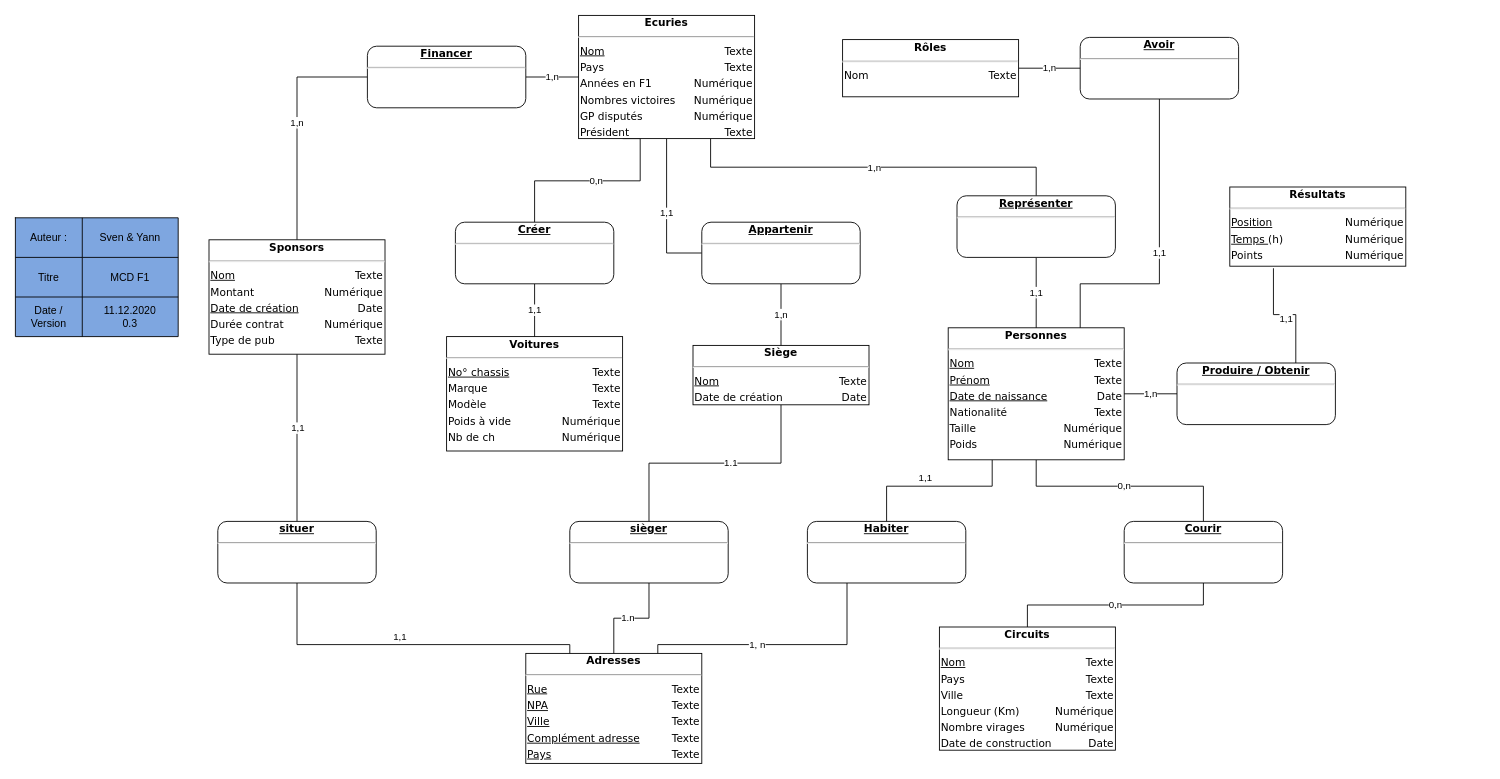
Before: MCD/MCDF1_v0.3.drawio in YFanha/MA-08-Mod-le-F1, a draw.io diagram. Source tidied: cells renumbered, new cells numbered last; positions are measured from the earlier drawing's top-left corner, leaving out a move shared by most shapes. Both pictures are drawn from the tidied source at 88%, with x=0, y=0 at pixel (15, 15).
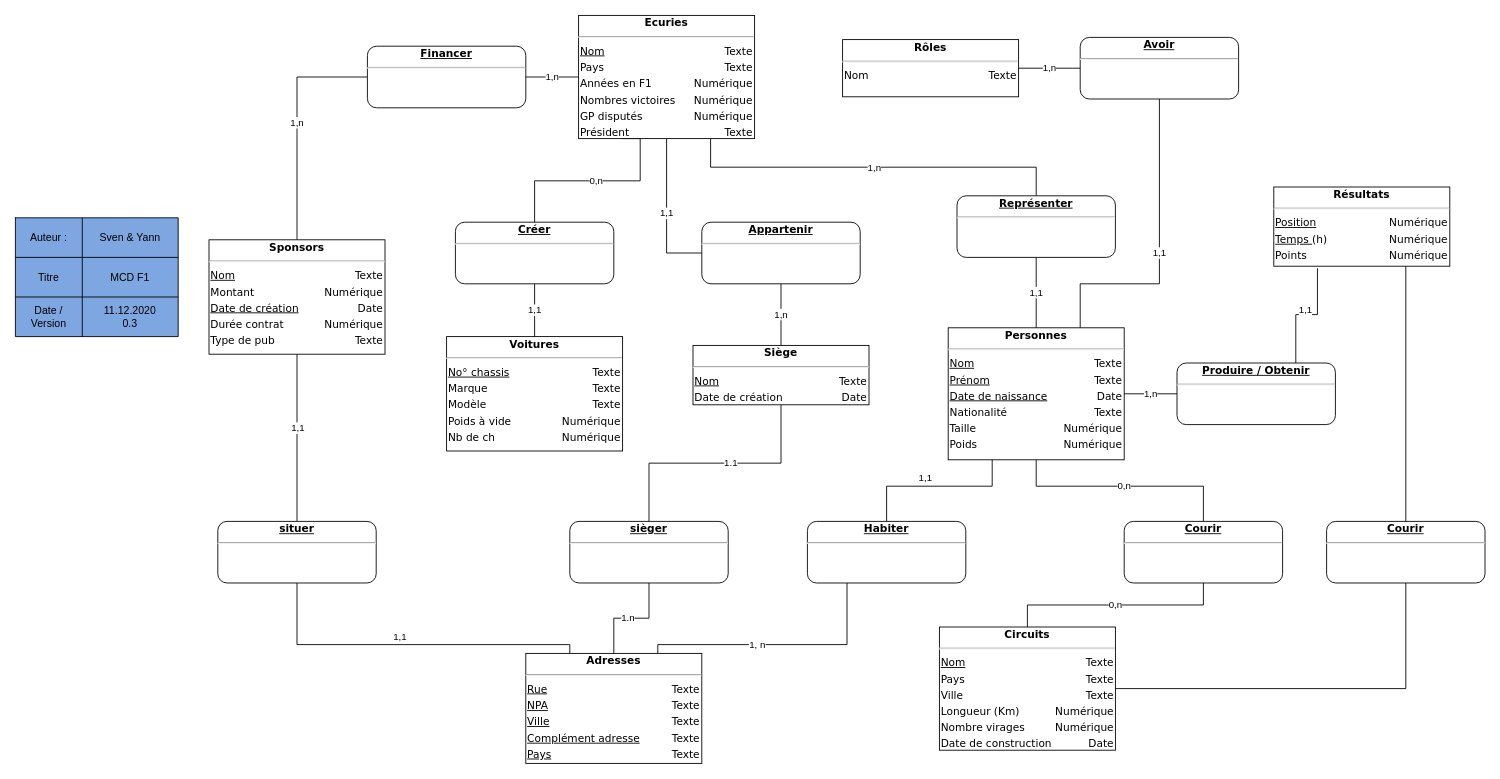
The same diagram, later.

The change refers to these unchanged cells:
```xml
<mxCell id="19" value="&lt;div style=&quot;box-sizing: border-box ; width: 100% ; padding: 2px&quot;&gt;&lt;span style=&quot;background-color: rgb(255 , 255 , 255)&quot;&gt;&lt;b&gt;Circuits&lt;/b&gt;&lt;/span&gt;&lt;/div&gt;&lt;hr&gt;&lt;table style=&quot;width: 100% ; font-size: 1em&quot; cellpadding=&quot;2&quot; cellspacing=&quot;0&quot;&gt;&lt;tbody&gt;&lt;tr&gt;&lt;td style=&quot;text-align: left&quot;&gt;&lt;u&gt;Nom&lt;/u&gt;&lt;/td&gt;&lt;td style=&quot;text-align: right&quot;&gt;Texte&lt;/td&gt;&lt;/tr&gt;&lt;tr&gt;&lt;td style=&quot;text-align: left&quot;&gt;Pays&lt;br&gt;&lt;/td&gt;&lt;td style=&quot;text-align: right&quot;&gt;Texte&lt;/td&gt;&lt;/tr&gt;&lt;tr&gt;&lt;td style=&quot;text-align: left&quot;&gt;Ville&lt;/td&gt;&lt;td style=&quot;text-align: right&quot;&gt;Texte&lt;/td&gt;&lt;/tr&gt;&lt;tr&gt;&lt;td style=&quot;text-align: left&quot;&gt;Longueur (Km)&lt;/td&gt;&lt;td style=&quot;text-align: right&quot;&gt;Numérique&lt;/td&gt;&lt;/tr&gt;&lt;tr&gt;&lt;td style=&quot;text-align: left&quot;&gt;Nombre virages&lt;/td&gt;&lt;td style=&quot;text-align: right&quot;&gt;Numérique&lt;/td&gt;&lt;/tr&gt;&lt;tr&gt;&lt;td style=&quot;text-align: left&quot;&gt;Date de construction&lt;/td&gt;&lt;td style=&quot;text-align: right&quot;&gt;Date&lt;/td&gt;&lt;/tr&gt;&lt;/tbody&gt;&lt;/table&gt;" style="verticalAlign=top;align=center;overflow=fill;html=1;rounded=0;shadow=0;comic=0;labelBackgroundColor=none;strokeColor=#000000;strokeWidth=1;fillColor=#ffffff;fontFamily=Verdana;fontSize=12;fontColor=#000000;" parent="1" vertex="1">
  <mxGeometry x="1050" y="695" width="200" height="140" as="geometry" />
</mxCell>
```

The edit, as a diff of the source:
```diff
@@
+    <mxCell id="57" style="edgeStyle=orthogonalEdgeStyle;rounded=0;jettySize=auto;html=1;exitX=0.75;exitY=1;exitDx=0;exitDy=0;entryX=0.5;entryY=0;entryDx=0;entryDy=0;endArrow=none;endFill=0;" parent="1" edge="1" source="18" target="59">
+      <mxGeometry relative="1" as="geometry">
+        <Array as="points">
+          <mxPoint x="1580" y="285" />
+        </Array>
+      </mxGeometry>
+    </mxCell>
     <mxCell id="18" value="&lt;div style=&quot;box-sizing: border-box ; width: 100% ; padding: 2px&quot;&gt;&lt;span style=&quot;background-color: rgb(255 , 255 , 255)&quot;&gt;&lt;b&gt;Résultats&lt;/b&gt;&lt;/span&gt;&lt;/div&gt;&lt;hr&gt;&lt;table style=&quot;width: 100% ; font-size: 1em&quot; cellpadding=&quot;2&quot; cellspacing=&quot;0&quot;&gt;&lt;tbody&gt;&lt;tr&gt;&lt;td style=&quot;text-align: left&quot;&gt;&lt;u&gt;Position&lt;/u&gt;&lt;/td&gt;&lt;td style=&quot;text-align: right&quot;&gt;Numérique&lt;br&gt;&lt;/td&gt;&lt;/tr&gt;&lt;tr&gt;&lt;td style=&quot;text-align: left&quot;&gt;&lt;u&gt;Temps &lt;/u&gt;(h)&lt;br&gt;&lt;/td&gt;&lt;td style=&quot;text-align: right&quot;&gt;Numérique&lt;/td&gt;&lt;/tr&gt;&lt;tr&gt;&lt;td style=&quot;text-align: left&quot;&gt;Points&lt;/td&gt;&lt;td style=&quot;text-align: right&quot;&gt;Numérique&lt;/td&gt;&lt;/tr&gt;&lt;/tbody&gt;&lt;/table&gt;" style="verticalAlign=top;align=center;overflow=fill;html=1;rounded=0;shadow=0;comic=0;labelBackgroundColor=none;strokeColor=#000000;strokeWidth=1;fillColor=#ffffff;fontFamily=Verdana;fontSize=12;fontColor=#000000;" parent="1" vertex="1">
-      <mxGeometry x="1380" y="195" width="200" height="90" as="geometry" />
+      <mxGeometry x="1430" y="195" width="200" height="90" as="geometry" />
     </mxCell>
@@
+    <mxCell id="58" style="edgeStyle=orthogonalEdgeStyle;rounded=0;jettySize=auto;html=1;exitX=0.5;exitY=1;exitDx=0;exitDy=0;entryX=1;entryY=0.5;entryDx=0;entryDy=0;endArrow=none;endFill=0;" parent="1" edge="1" source="59" target="19">
+      <mxGeometry relative="1" as="geometry" />
+    </mxCell>
+    <mxCell id="59" value="&lt;div style=&quot;box-sizing: border-box ; width: 100% ; padding: 2px&quot;&gt;&lt;span style=&quot;background-color: rgb(255 , 255 , 255)&quot;&gt;&lt;b&gt;&lt;u&gt;Courir&lt;/u&gt;&lt;/b&gt;&lt;/span&gt;&lt;/div&gt;&lt;hr&gt;&lt;table style=&quot;width: 100% ; font-size: 1em&quot; cellpadding=&quot;2&quot; cellspacing=&quot;0&quot;&gt;&lt;tbody&gt;&lt;tr&gt;&lt;td style=&quot;text-align: left&quot;&gt;&lt;/td&gt;&lt;td style=&quot;text-align: right&quot;&gt;&lt;br&gt;&lt;/td&gt;&lt;/tr&gt;&lt;tr&gt;&lt;td style=&quot;text-align: left&quot;&gt;&lt;br&gt;&lt;/td&gt;&lt;td style=&quot;text-align: right&quot;&gt;&lt;br&gt;&lt;/td&gt;&lt;/tr&gt;&lt;/tbody&gt;&lt;/table&gt;" style="verticalAlign=top;align=center;overflow=fill;html=1;rounded=1;shadow=0;comic=0;labelBackgroundColor=none;strokeColor=#000000;strokeWidth=1;fillColor=#ffffff;fontFamily=Verdana;fontSize=12;fontColor=#000000;" parent="1" vertex="1">
+      <mxGeometry x="1490" y="575" width="180" height="70" as="geometry" />
+    </mxCell>
```
